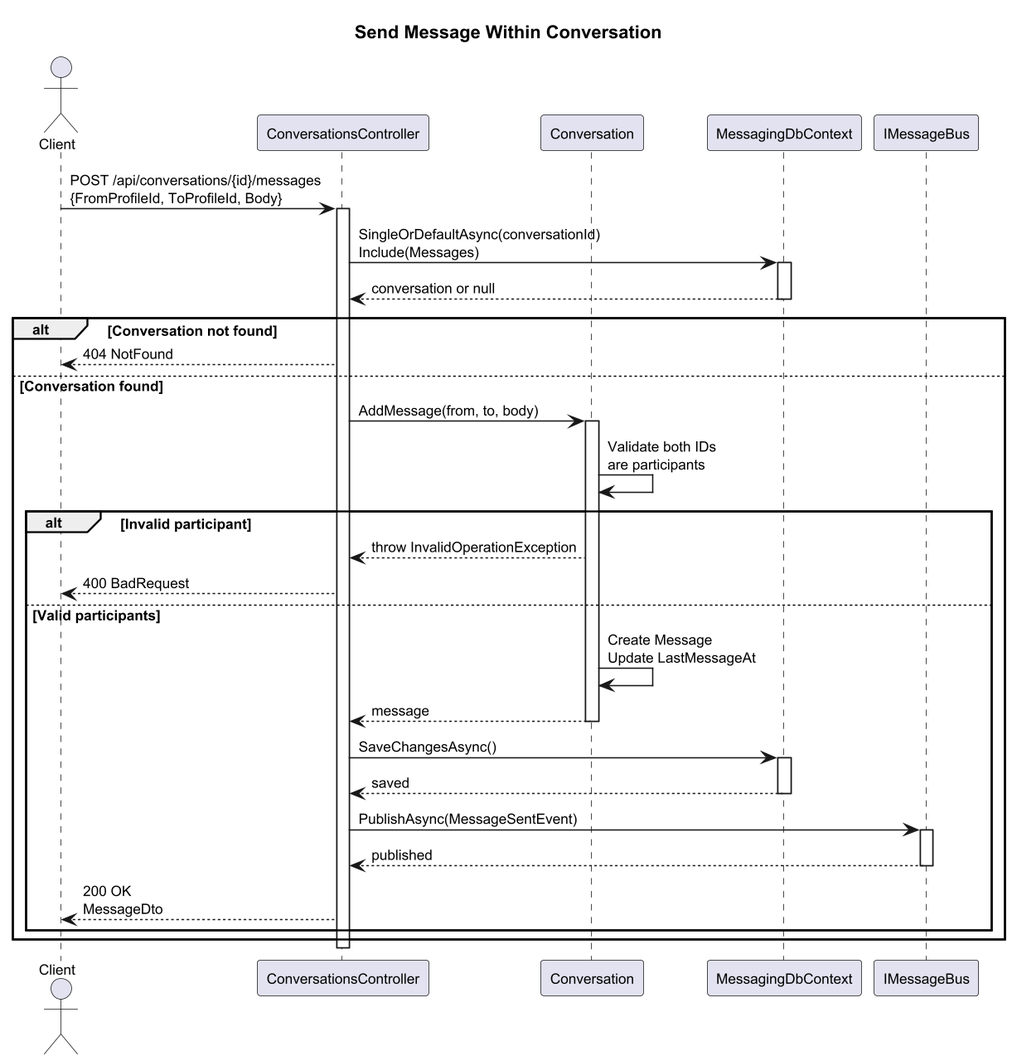
This is docs/detailed-designs/07-messaging-system/sequence-send-message.png from QuinntyneBrown/Coop, a PlantUML export, as it was before one commit.
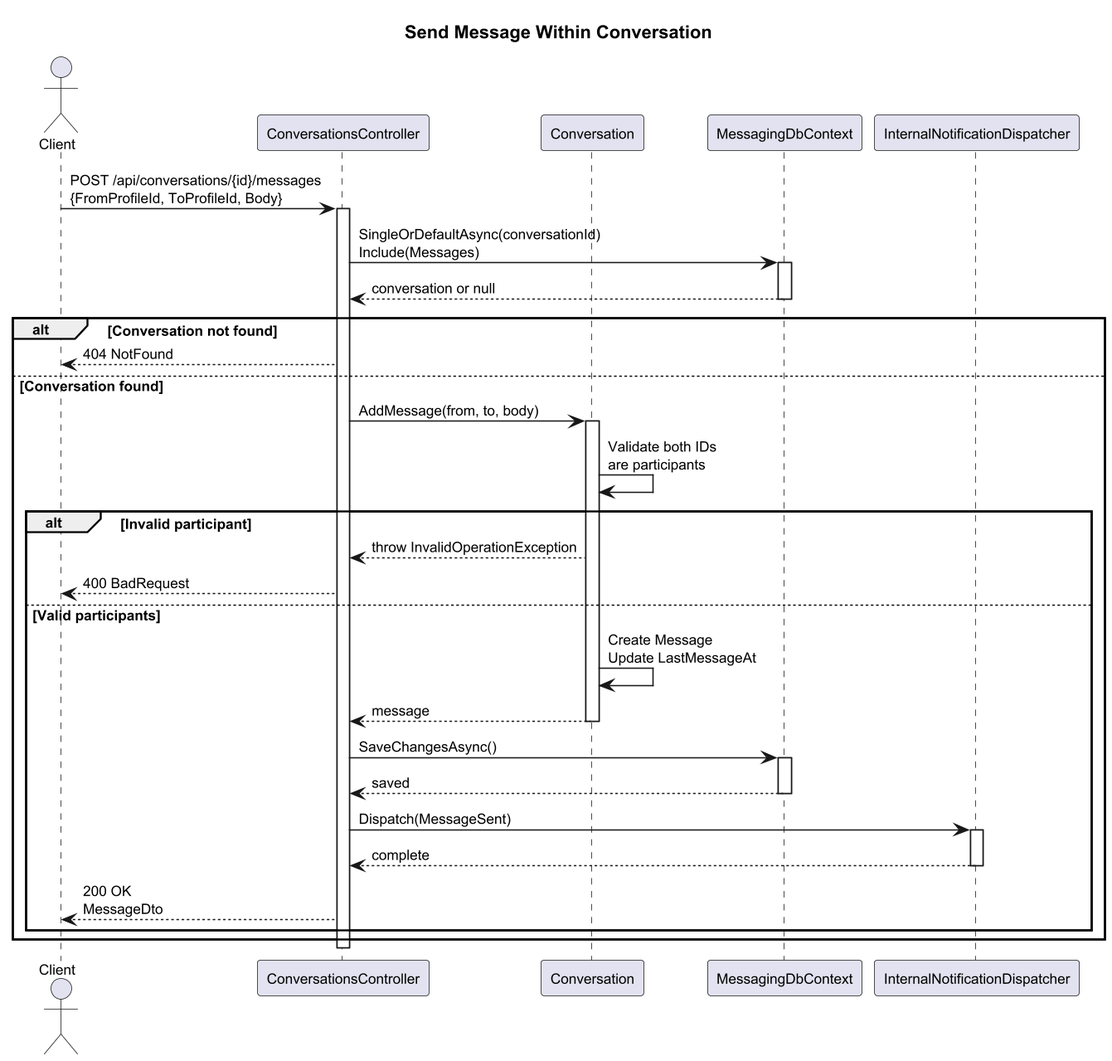
Above is the later version.

Diff of the diagram source:
```diff
@@ -7,7 +7,7 @@
 participant "ConversationsController" as Ctrl
 participant "Conversation" as Conv
 participant "MessagingDbContext" as Db
-participant "IMessageBus" as Bus
+participant "InternalNotificationDispatcher" as Dispatcher
 
 Client -> Ctrl : POST /api/conversations/{id}/messages\n{FromProfileId, ToProfileId, Body}
 activate Ctrl
@@ -38,10 +38,10 @@
     Db --> Ctrl : saved
     deactivate Db
 
-    Ctrl -> Bus : PublishAsync(MessageSentEvent)
-    activate Bus
-    Bus --> Ctrl : published
-    deactivate Bus
+    Ctrl -> Dispatcher : Dispatch(MessageSent)
+    activate Dispatcher
+    Dispatcher --> Ctrl : complete
+    deactivate Dispatcher
 
     Ctrl --> Client : 200 OK\nMessageDto
   end
```
